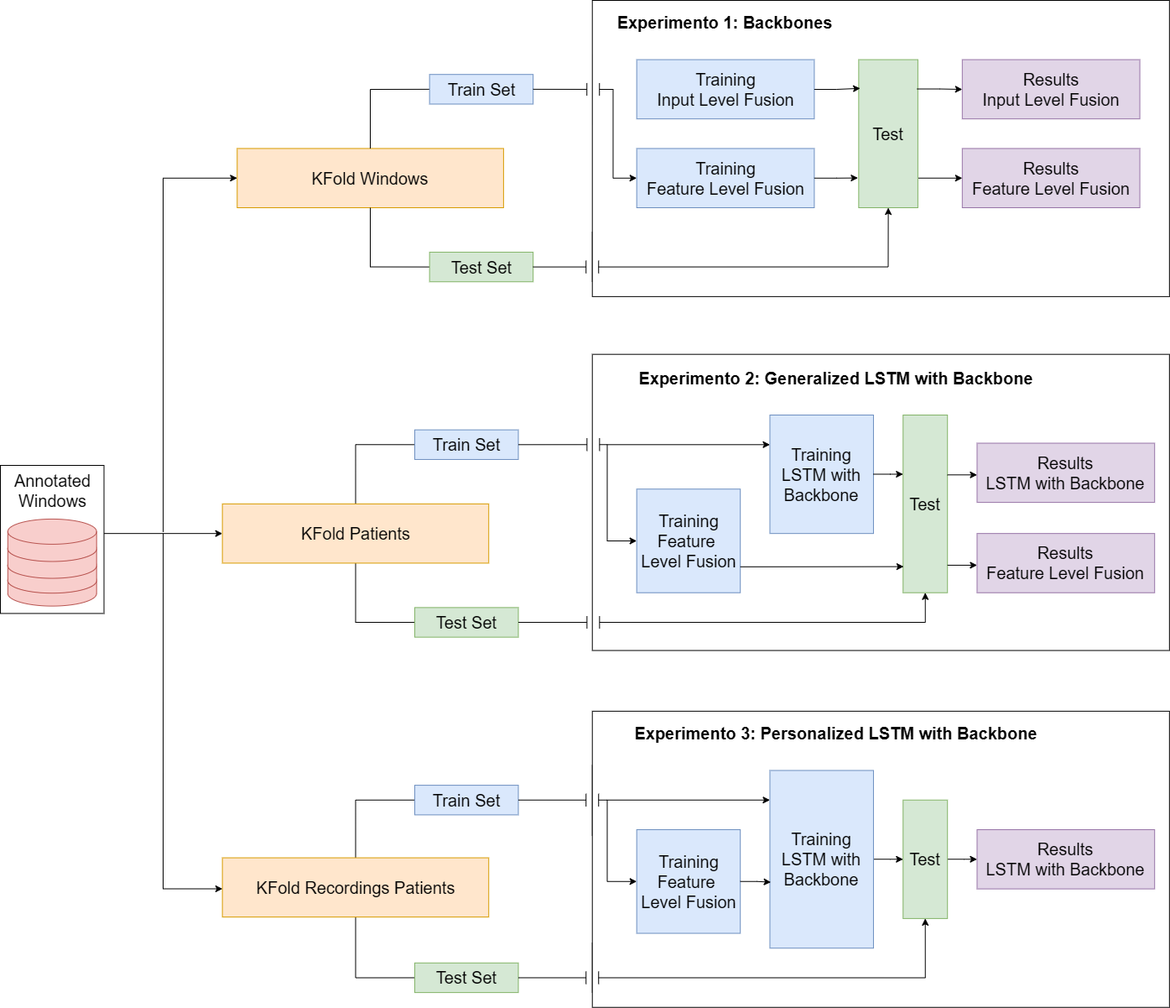
Before: Diagrams/General Pipeline Epilepsia.png, a diagram exported from draw.io (NIU1638962/Epilepsia-amb-Electroencefalograma). Source tidied: cells renumbered, new cells last; positions are measured from the earlier drawing's top-left corner, leaving out a move shared by most shapes.
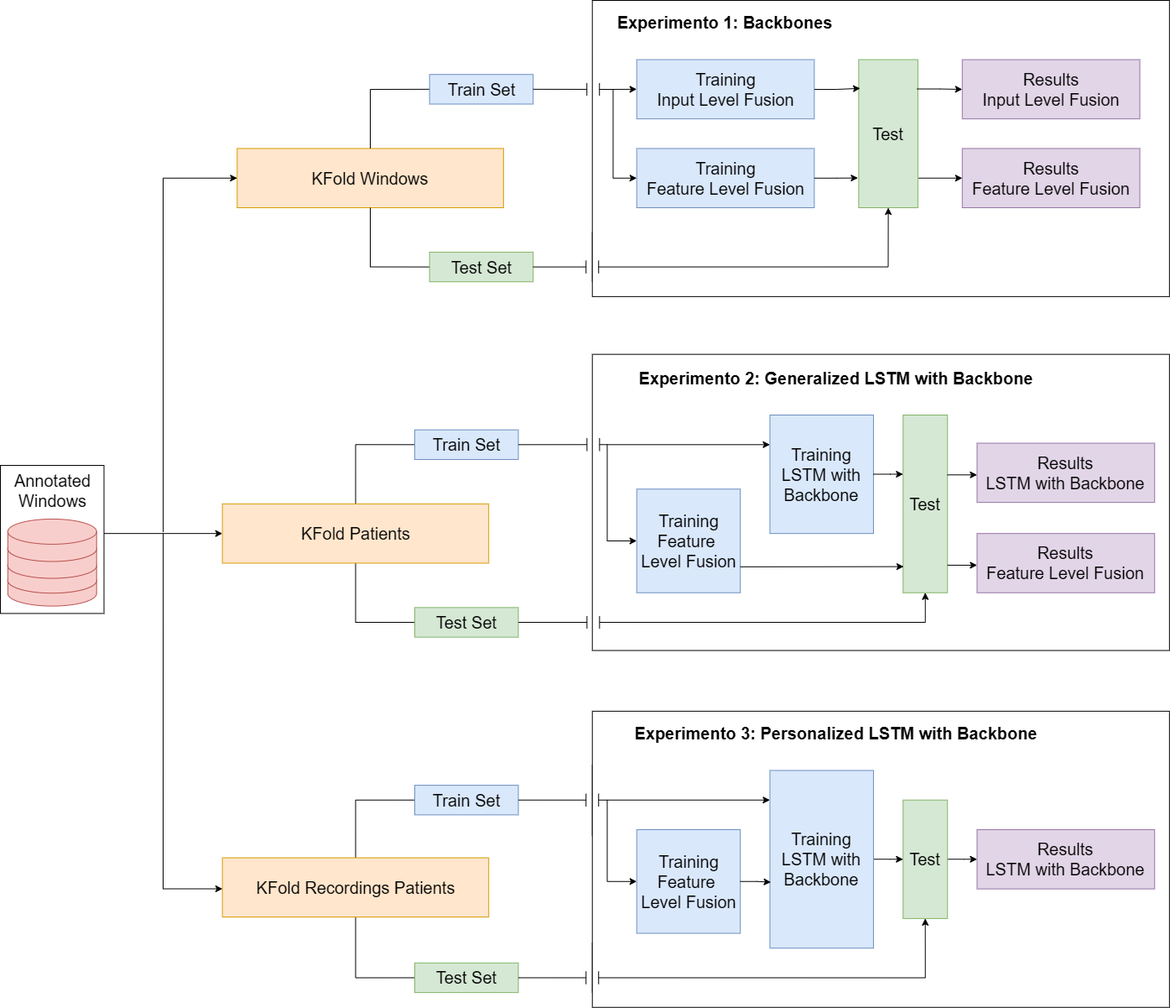
The same diagram one commit later.

What changed in the source:
```diff
@@ -288,6 +288,11 @@
     <mxCell id="77" style="edgeStyle=orthogonalEdgeStyle;rounded=0;jettySize=auto;html=1;exitX=1.01;exitY=0.8;exitDx=0;exitDy=0;exitPerimeter=0;fontSize=20;" parent="68" edge="1" source="71" target="75">
       <mxGeometry relative="1" as="geometry" />
     </mxCell>
+    <mxCell id="82" style="endArrow=classic;html=1;rounded=0;entryX=0;entryY=0.5;entryDx=0;entryDy=0;" parent="68" edge="1" target="69">
+      <mxGeometry relative="1" as="geometry">
+        <mxPoint x="-31.7" y="35.4" as="sourcePoint" />
+      </mxGeometry>
+    </mxCell>
     <mxCell id="78" value="&lt;span style=&quot;text-wrap-mode: nowrap;&quot;&gt;Train Set&lt;/span&gt;" style="rounded=0;whiteSpace=wrap;html=1;fillColor=#dae8fc;strokeColor=#6c8ebf;fontSize=20;" parent="4" vertex="1">
       <mxGeometry x="511.7" y="88.2" width="123.5" height="35.3" as="geometry" />
     </mxCell>
```
